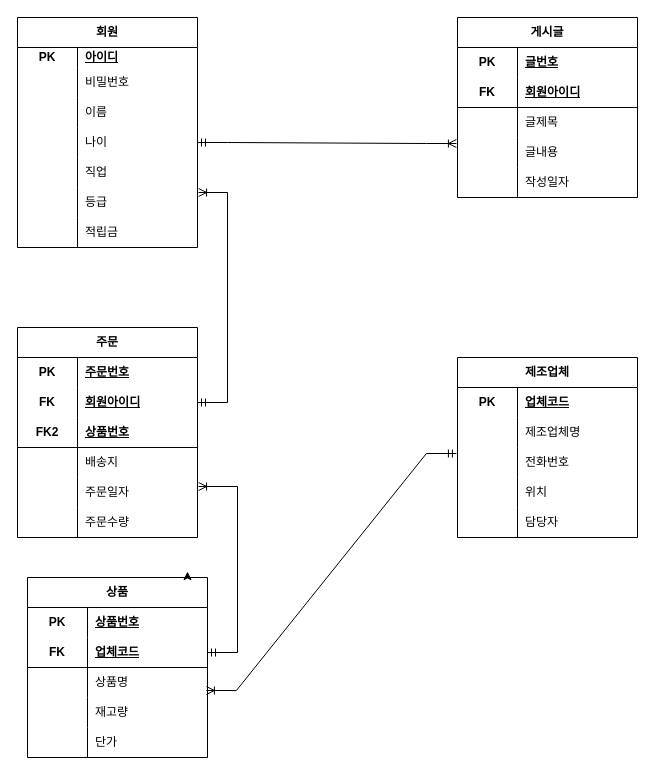
Above: page "relation" (2 of 2) of 한빛마트.drawio in MANDOJU1/oracle-sources (draw.io), before the change. Source tidied: cells renumbered, new cells numbered last; positions are measured from the earlier drawing's top-left corner, leaving out a move shared by most shapes. Both pictures are drawn from the tidied source at 100%, with x=0, y=0 at pixel (17, 17).
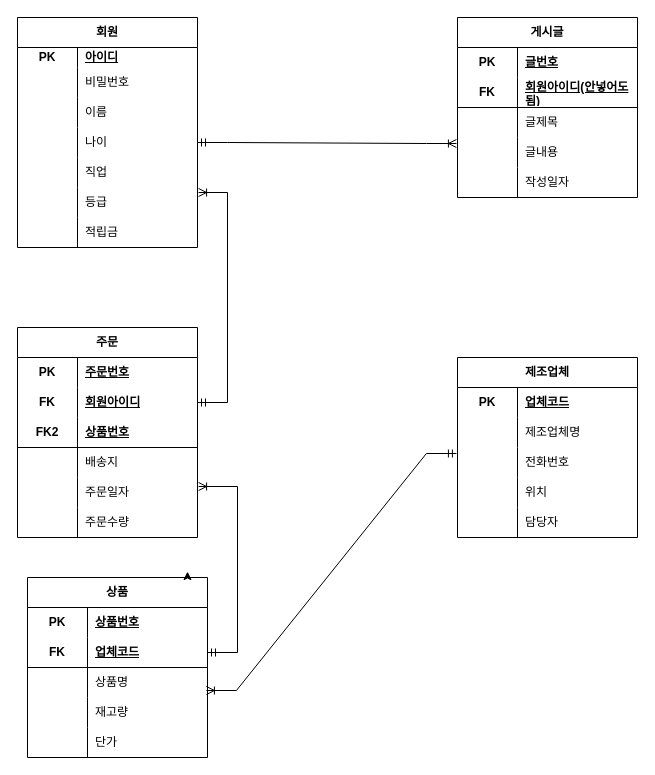
The same diagram, later.

The change refers to these unchanged cells:
```xml
<mxCell id="28" style="shape=tableRow;horizontal=0;startSize=0;swimlaneHead=0;swimlaneBody=0;fillColor=none;top=0;left=0;right=0;bottom=1;html=1;" parent="24" vertex="1">
  <mxGeometry y="60" width="180" height="30" as="geometry" />
</mxCell>
```

Diff of the diagram source:
```diff
@@
-    <mxCell id="30" value="회원아이디" style="shape=partialRectangle;fillColor=none;top=0;left=0;bottom=0;right=0;align=left;spacingLeft=6;fontStyle=5;overflow=hidden;html=1;whiteSpace=wrap;" parent="28" vertex="1">
+    <mxCell id="30" value="회원아이디(안넣어도됨)" style="shape=partialRectangle;fillColor=none;top=0;left=0;bottom=0;right=0;align=left;spacingLeft=6;fontStyle=5;overflow=hidden;html=1;whiteSpace=wrap;" parent="28" vertex="1">
       <mxGeometry x="60" width="120" height="30" as="geometry" />
     </mxCell>
```
